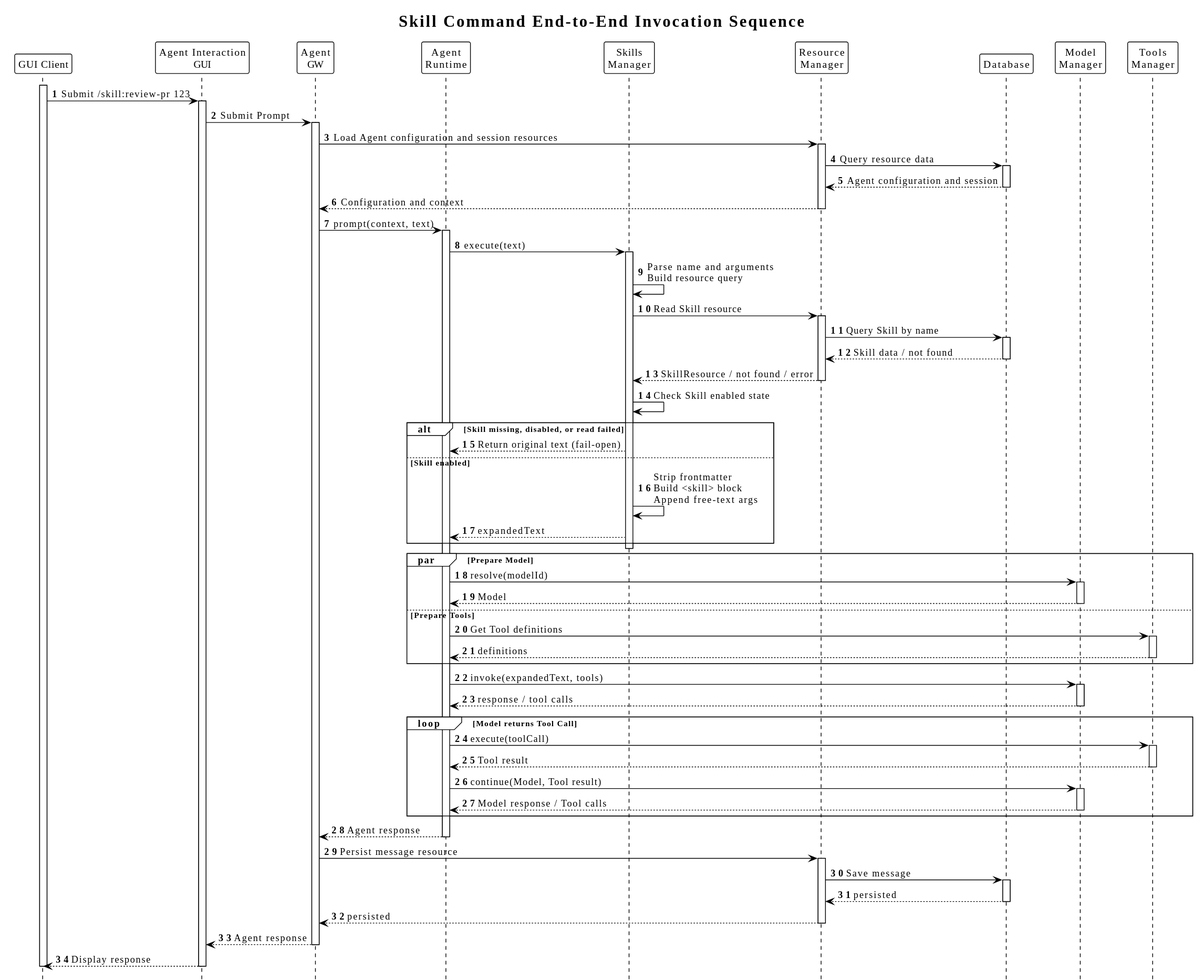
The PlantUML diagram diagrams/skill-command/08-end-to-end-invocation.svg in superheromeZzh/pi-mono-java-design, before a commit.
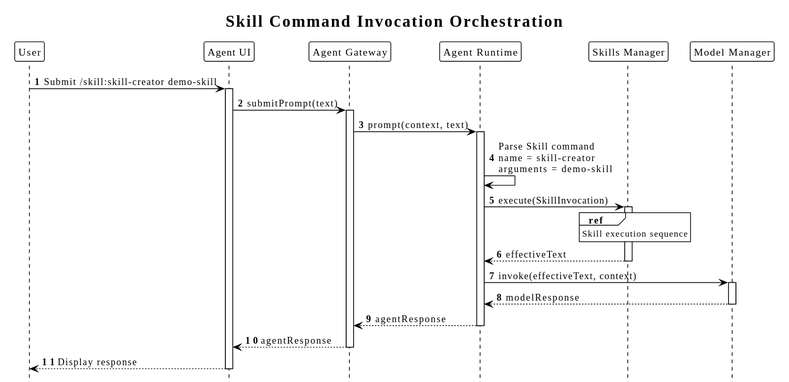
Later version of the same file.

Commit message:
docs(agent): clarify skill command runtime boundary

Change to the diagram source:
```diff
@@ -7,96 +7,40 @@
 skinparam BoxPadding 4
 hide footbox
 autonumber
-title Skill Command End-to-End Invocation Sequence
+title Skill Command Invocation Orchestration
 
-participant "GUI Client" as Client
-participant "Agent Interaction\nGUI" as UI
-participant "Agent\nGW" as Gateway
-participant "Agent\nRuntime" as Runtime
-participant "Skills\nManager" as SkillsManager
-participant "Resource\nManager" as ResourceManager
-participant "Database" as Database
-participant "Model\nManager" as ModelManager
-participant "Tools\nManager" as ToolsManager
+participant User
+participant "Agent UI" as UI
+participant "Agent Gateway" as Gateway
+participant "Agent Runtime" as Runtime
+participant "Skills Manager" as SkillsManager
+participant "Model Manager" as ModelManager
 
-activate Client
-Client -> UI: Submit /skill:review-pr 123
+User -> UI: Submit /skill:skill-creator demo-skill
 activate UI
-UI -> Gateway: Submit Prompt
+UI -> Gateway: submitPrompt(text)
 activate Gateway
-Gateway -> ResourceManager: Load Agent configuration and session resources
-activate ResourceManager
-ResourceManager -> Database: Query resource data
-activate Database
-Database --> ResourceManager: Agent configuration and session
-deactivate Database
-ResourceManager --> Gateway: Configuration and context
-deactivate ResourceManager
 Gateway -> Runtime: prompt(context, text)
 activate Runtime
 
-Runtime -> SkillsManager: execute(text)
+Runtime -> Runtime: Parse Skill command\nname = skill-creator\narguments = demo-skill
+Runtime -> SkillsManager: execute(SkillInvocation)
 activate SkillsManager
-SkillsManager -> SkillsManager: Parse name and arguments\nBuild resource query
-SkillsManager -> ResourceManager: Read Skill resource
-activate ResourceManager
-ResourceManager -> Database: Query Skill by name
-activate Database
-Database --> ResourceManager: Skill data / not found
-deactivate Database
-ResourceManager --> SkillsManager: SkillResource / not found / error
-deactivate ResourceManager
-SkillsManager -> SkillsManager: Check Skill enabled state
-
-alt Skill missing, disabled, or read failed
-  SkillsManager --> Runtime: Return original text (fail-open)
-else Skill enabled
-  SkillsManager -> SkillsManager: Strip frontmatter\nBuild <skill> block\nAppend free-text args
-  SkillsManager --> Runtime: expandedText
-end
+ref over SkillsManager
+  Skill execution sequence
+end ref
+SkillsManager --> Runtime: effectiveText
 deactivate SkillsManager
 
-par Prepare Model
-  Runtime -> ModelManager: resolve(modelId)
-  activate ModelManager
-  ModelManager --> Runtime: Model
-  deactivate ModelManager
-else Prepare Tools
-  Runtime -> ToolsManager: Get Tool definitions
-  activate ToolsManager
-  ToolsManager --> Runtime: definitions
-  deactivate ToolsManager
-end
-
-Runtime -> ModelManager: invoke(expandedText, tools)
+Runtime -> ModelManager: invoke(effectiveText, context)
 activate ModelManager
-ModelManager --> Runtime: response / tool calls
+ModelManager --> Runtime: modelResponse
 deactivate ModelManager
 
-loop Model returns Tool Call
-  Runtime -> ToolsManager: execute(toolCall)
-  activate ToolsManager
-  ToolsManager --> Runtime: Tool result
-  deactivate ToolsManager
-  Runtime -> ModelManager: continue(Model, Tool result)
-  activate ModelManager
-  ModelManager --> Runtime: Model response / Tool calls
-  deactivate ModelManager
-end
-
-Runtime --> Gateway: Agent response
+Runtime --> Gateway: agentResponse
 deactivate Runtime
-Gateway -> ResourceManager: Persist message resource
-activate ResourceManager
-ResourceManager -> Database: Save message
-activate Database
-Database --> ResourceManager: persisted
-deactivate Database
-ResourceManager --> Gateway: persisted
-deactivate ResourceManager
-Gateway --> UI: Agent response
+Gateway --> UI: agentResponse
 deactivate Gateway
-UI --> Client: Display response
+UI --> User: Display response
 deactivate UI
-deactivate Client
 @enduml
```
